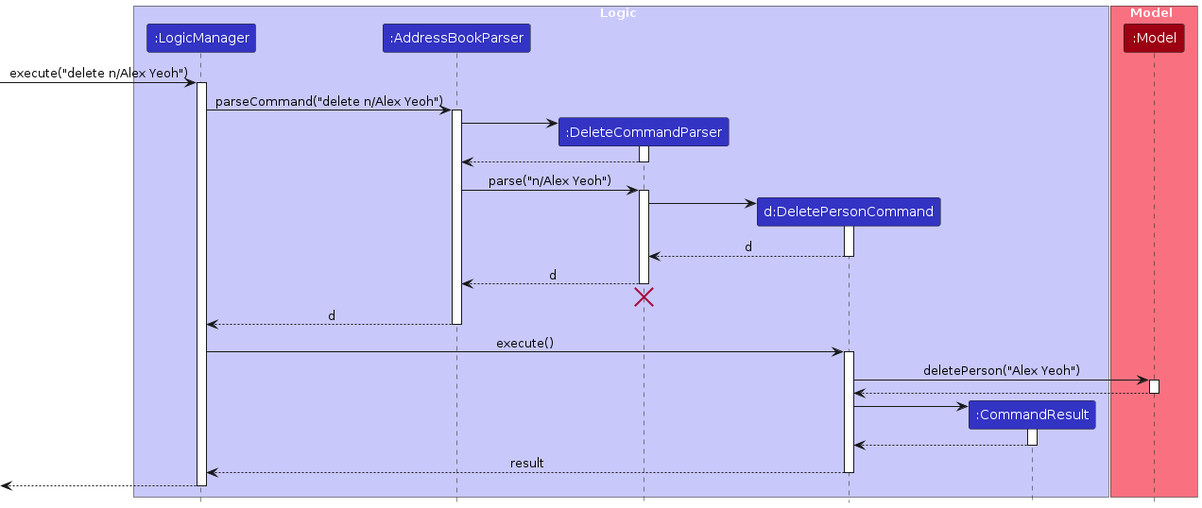
Before: diagrams/DeletePersonSequenceDiagram.png, a diagram exported from PlantUML (AY2324S1-CS2103T-T10-3/tp). Its source is kept beside it as diagrams/DeletePersonSequenceDiagram.puml. The source it was exported from:
```plantuml
@startuml
!include style.puml
skinparam ArrowFontStyle plain

box Logic LOGIC_COLOR_T1
participant ":LogicManager" as LogicManager LOGIC_COLOR
participant ":AddressBookParser" as AddressBookParser LOGIC_COLOR
participant ":DeleteCommandParser" as DeleteCommandParser LOGIC_COLOR
participant "d:DeletePersonCommand" as DeletePersonCommand LOGIC_COLOR
participant ":CommandResult" as CommandResult LOGIC_COLOR
end box

box Model MODEL_COLOR_T1
participant ":Model" as Model MODEL_COLOR
end box

[-> LogicManager : execute("delete n/Alex Yeoh")
activate LogicManager

LogicManager -> AddressBookParser : parseCommand("delete n/Alex Yeoh")
activate AddressBookParser

create DeleteCommandParser
AddressBookParser -> DeleteCommandParser
activate DeleteCommandParser

DeleteCommandParser --> AddressBookParser
deactivate DeleteCommandParser

AddressBookParser -> DeleteCommandParser : parse("n/Alex Yeoh")
activate DeleteCommandParser

create DeletePersonCommand
DeleteCommandParser -> DeletePersonCommand
activate DeletePersonCommand

DeletePersonCommand --> DeleteCommandParser : d
deactivate DeletePersonCommand

DeleteCommandParser --> AddressBookParser : d
deactivate DeleteCommandParser
DeleteCommandParser -[hidden]-> AddressBookParser
destroy DeleteCommandParser

AddressBookParser --> LogicManager : d
deactivate AddressBookParser

LogicManager -> DeletePersonCommand : execute()
activate DeletePersonCommand

DeletePersonCommand -> Model : deletePerson("Alex Yeoh")
activate Model

Model --> DeletePersonCommand
deactivate Model

create CommandResult
DeletePersonCommand -> CommandResult
activate CommandResult

CommandResult --> DeletePersonCommand
deactivate CommandResult

DeletePersonCommand --> LogicManager : result
deactivate DeletePersonCommand

[<--LogicManager
deactivate LogicManager
@enduml
```
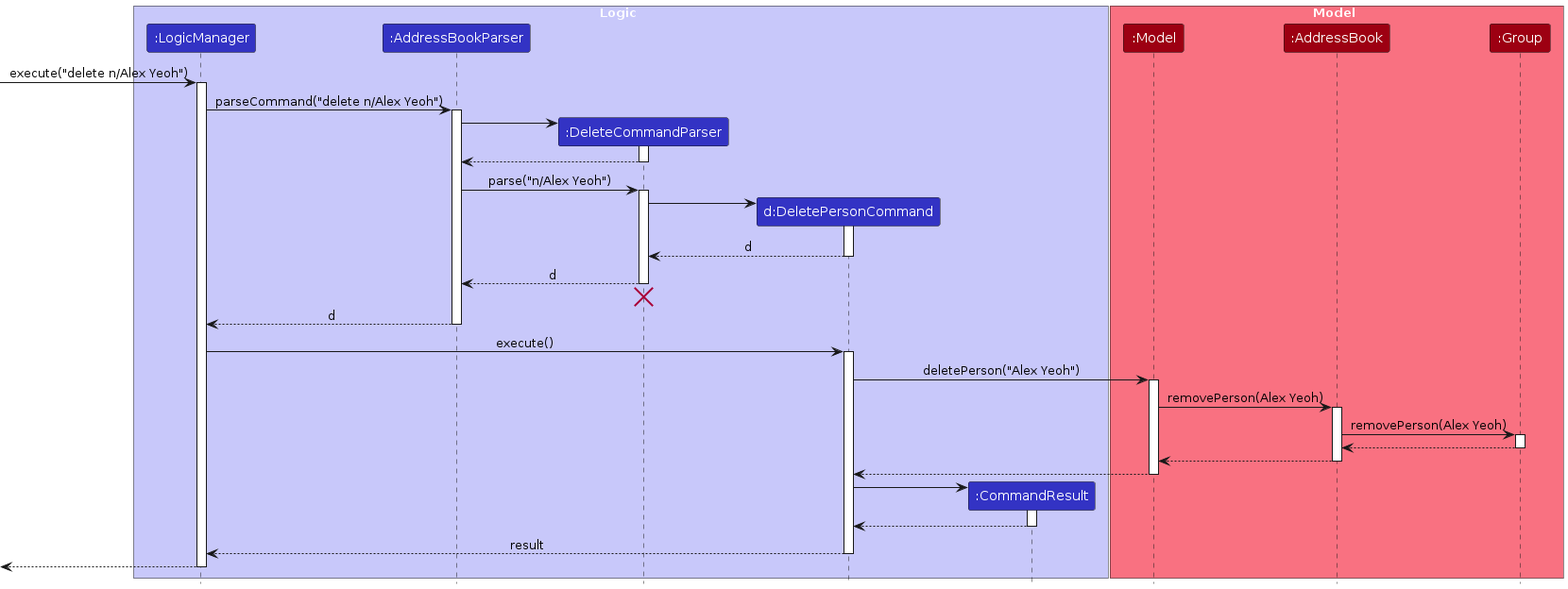
After the commit.

Diff of the diagram source:
```diff
@@ -12,6 +12,8 @@
 
 box Model MODEL_COLOR_T1
 participant ":Model" as Model MODEL_COLOR
+participant ":AddressBook" as AddressBook MODEL_COLOR
+participant ":Group" as Group MODEL_COLOR
 end box
 
 [-> LogicManager : execute("delete n/Alex Yeoh")
@@ -51,6 +53,18 @@
 DeletePersonCommand -> Model : deletePerson("Alex Yeoh")
 activate Model
 
+Model -> AddressBook : removePerson(Alex Yeoh)
+activate AddressBook
+
+AddressBook -> Group : removePerson(Alex Yeoh)
+activate Group
+
+Group --> AddressBook
+deactivate Group
+
+AddressBook --> Model
+deactivate AddressBook
+
 Model --> DeletePersonCommand
 deactivate Model
 
```
